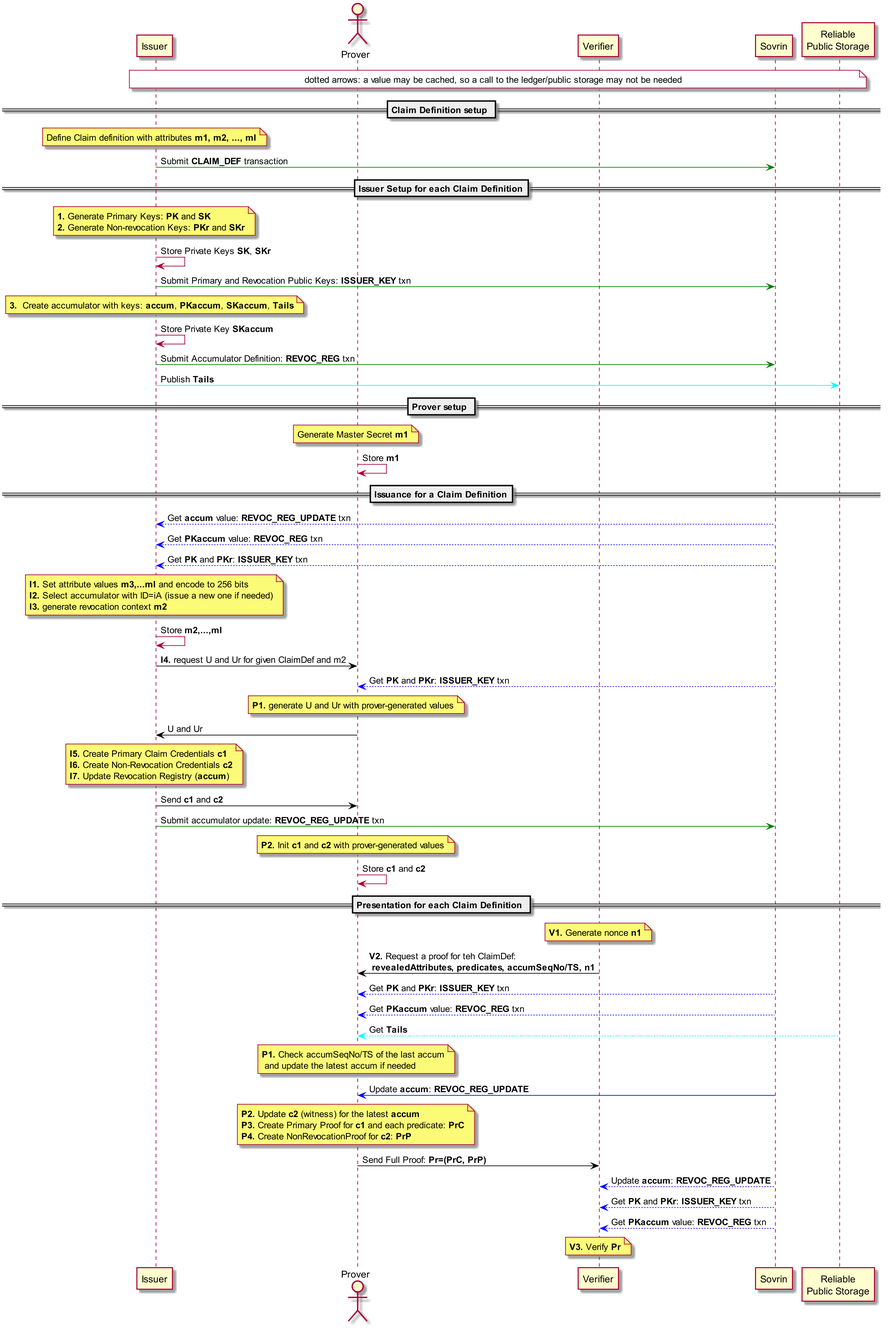
The PlantUML diagram docs/diagrams/anoncred_seq_revoc.png in hyperledger-archives/indy-anoncreds, before a commit. The source it was exported from:
```plantuml
@startuml
participant "Issuer" as I
actor Prover as P
participant "Verifier" as V
participant "Sovrin" as S
participant "Reliable\nPublic Storage" as D

note over I, D #white: dotted arrows: a value may be cached, so a call to the ledger/public storage may not be needed

== Claim Definition setup ==

note over I: Define Claim definition with attributes **m1, m2, ..., ml**

I -[#green]> S: Submit **CLAIM_DEF** transaction

== Issuer Setup for each Claim Definition==

note over I: **1.** Generate Primary Keys: **PK** and **SK**\n**2.** Generate Non-revocation Keys: **PKr** and **SKr**

I -> I: Store Private Keys **SK**, **SKr**

I -[#green]> S: Submit Primary and Revocation Public Keys: **ISSUER_KEY** txn


note over I:**3.**  Create accumulator with keys: **accum**, **PKaccum**, **SKaccum**, **Tails**

I -> I: Store Private Key **SKaccum**

I -[#green]> S: Submit Accumulator Definition: **REVOC_REG** txn

I -[#cyan]> D: Publish **Tails**


== Prover setup ==

note over P: Generate Master Secret **m1**

P -> P: Store **m1**

== Issuance for a Claim Definition==

S -[#blue]-> I: Get **accum** value: **REVOC_REG_UPDATE** txn

S -[#blue]-> I: Get **PKaccum** value: **REVOC_REG** txn

S -[#blue]-> I: Get **PK** and **PKr**: **ISSUER_KEY** txn

note over I
    **I1.** Set attribute values **m3,...ml** and encode to 256 bits
    **I2.** Select accumulator with ID=iA (issue a new one if needed)
    **I3.** generate revocation context **m2**
end note

I -> I: Store **m2,...,ml**

I -[#black]> P: **I4.** request U and Ur for given ClaimDef and m2

S -[#blue]-> P: Get **PK** and **PKr**: **ISSUER_KEY** txn

note over P: **P1.** generate U and Ur with prover-generated values

P -[#black]> I: U and Ur

note over I
    **I5.** Create Primary Claim Credentials **c1**
    **I6.** Create Non-Revocation Credentials **c2**
    **I7.** Update Revocation Registry (**accum**)
end note

I -[#black]> P: Send **c1** and **c2**

I -[#green]> S: Submit accumulator update: **REVOC_REG_UPDATE** txn

note over P: **P2.** Init **c1** and **c2** with prover-generated values

P -> P: Store **c1** and **c2**

== Presentation for each Claim Definition ==

note over V: **V1.** Generate nonce **n1**

V -[#black]> P: **V2.** Request a proof for teh ClaimDef:\n **revealedAttributes, predicates, accumSeqNo/TS, n1**

S -[#blue]-> P: Get **PK** and **PKr**: **ISSUER_KEY** txn

S -[#blue]-> P: Get **PKaccum** value: **REVOC_REG** txn

D -[#cyan]-> P: Get **Tails**

note over P: **P1.** Check accumSeqNo/TS of the last accum\n and update the latest accum if needed

S -[#blue]> P: Update **accum**: **REVOC_REG_UPDATE**

note over P
    **P2.** Update **c2** (witness) for the latest **accum**
    **P3.** Create Primary Proof for **c1** and each predicate: **PrC**
    **P4.** Create NonRevocationProof for **c2**: **PrP**
end note

P -[#black]> V: Send Full Proof: **Pr=(PrC, PrP)**

S -[#blue]-> V: Update **accum**: **REVOC_REG_UPDATE**

S -[#blue]-> V: Get **PK** and **PKr**: **ISSUER_KEY** txn

S -[#blue]-> V: Get **PKaccum** value: **REVOC_REG** txn

note over V: **V3.** Verify **Pr**



@enduml
```
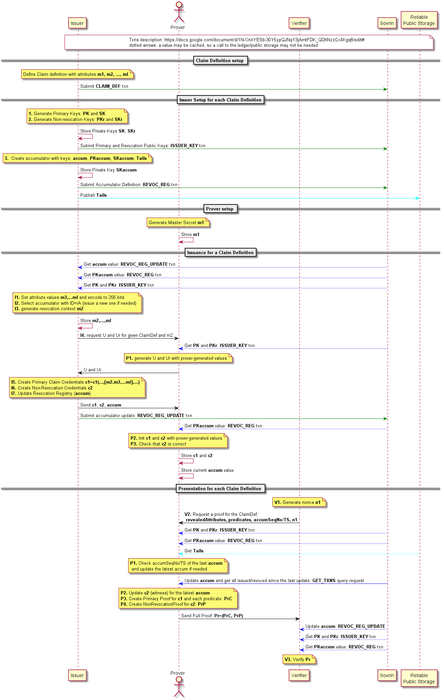
Above is the later version.

Commit message:
update the diagram for revocation and communication with Sovrin

The edit, as a diff of the source:
```diff
@@ -5,13 +5,16 @@
 participant "Sovrin" as S
 participant "Reliable\nPublic Storage" as D
 
-note over I, D #white: dotted arrows: a value may be cached, so a call to the ledger/public storage may not be needed
+note over I, D #white
+    Txns description: https://docs.google.com/document/d/1N-OnXYESb-30Y5ypQJNqY3jAmtFDK_QDhNzzCc4Kgq8/edit#
+    dotted arrows: a value may be cached, so a call to the ledger/public storage may not be needed
+endnote
 
 == Claim Definition setup ==
 
 note over I: Define Claim definition with attributes **m1, m2, ..., ml**
 
-I -[#green]> S: Submit **CLAIM_DEF** transaction
+I -[#green]> S: Submit **CLAIM_DEF** txn
 
 == Issuer Setup for each Claim Definition==
 
@@ -62,24 +65,31 @@
 P -[#black]> I: U and Ur
 
 note over I
-    **I5.** Create Primary Claim Credentials **c1**
+    **I5.** Create Primary Claim Credentials **c1=c1(...,{m2,m3,...ml},...)**
     **I6.** Create Non-Revocation Credentials **c2**
     **I7.** Update Revocation Registry (**accum**)
 end note
 
-I -[#black]> P: Send **c1** and **c2**
+I -[#black]> P: Send **c1**, **c2**, **accum**
 
 I -[#green]> S: Submit accumulator update: **REVOC_REG_UPDATE** txn
 
-note over P: **P2.** Init **c1** and **c2** with prover-generated values
+S -[#blue]-> P: Get **PKaccum** value: **REVOC_REG** txn
+
+note over P
+    **P2.** Init **c1** and **c2** with prover-generated values
+    **P3.** Check that **c2** is correct
+endnote
 
 P -> P: Store **c1** and **c2**
+
+P -> P: Store current **accum** value
 
 == Presentation for each Claim Definition ==
 
 note over V: **V1.** Generate nonce **n1**
 
-V -[#black]> P: **V2.** Request a proof for teh ClaimDef:\n **revealedAttributes, predicates, accumSeqNo/TS, n1**
+V -[#black]> P: **V2.** Request a proof for the ClaimDef:\n **revealedAttributes, predicates, accumSeqNo/TS, n1**
 
 S -[#blue]-> P: Get **PK** and **PKr**: **ISSUER_KEY** txn
 
@@ -87,9 +97,9 @@
 
 D -[#cyan]-> P: Get **Tails**
 
-note over P: **P1.** Check accumSeqNo/TS of the last accum\n and update the latest accum if needed
+note over P: **P1.** Check accumSeqNo/TS of the last **accum**\n and update the latest accum if needed
 
-S -[#blue]> P: Update **accum**: **REVOC_REG_UPDATE**
+S -[#blue]> P: Update **accum** and get all issued/revoced since the last update: **GET_TXNS** query request
 
 note over P
     **P2.** Update **c2** (witness) for the latest **accum**
```
